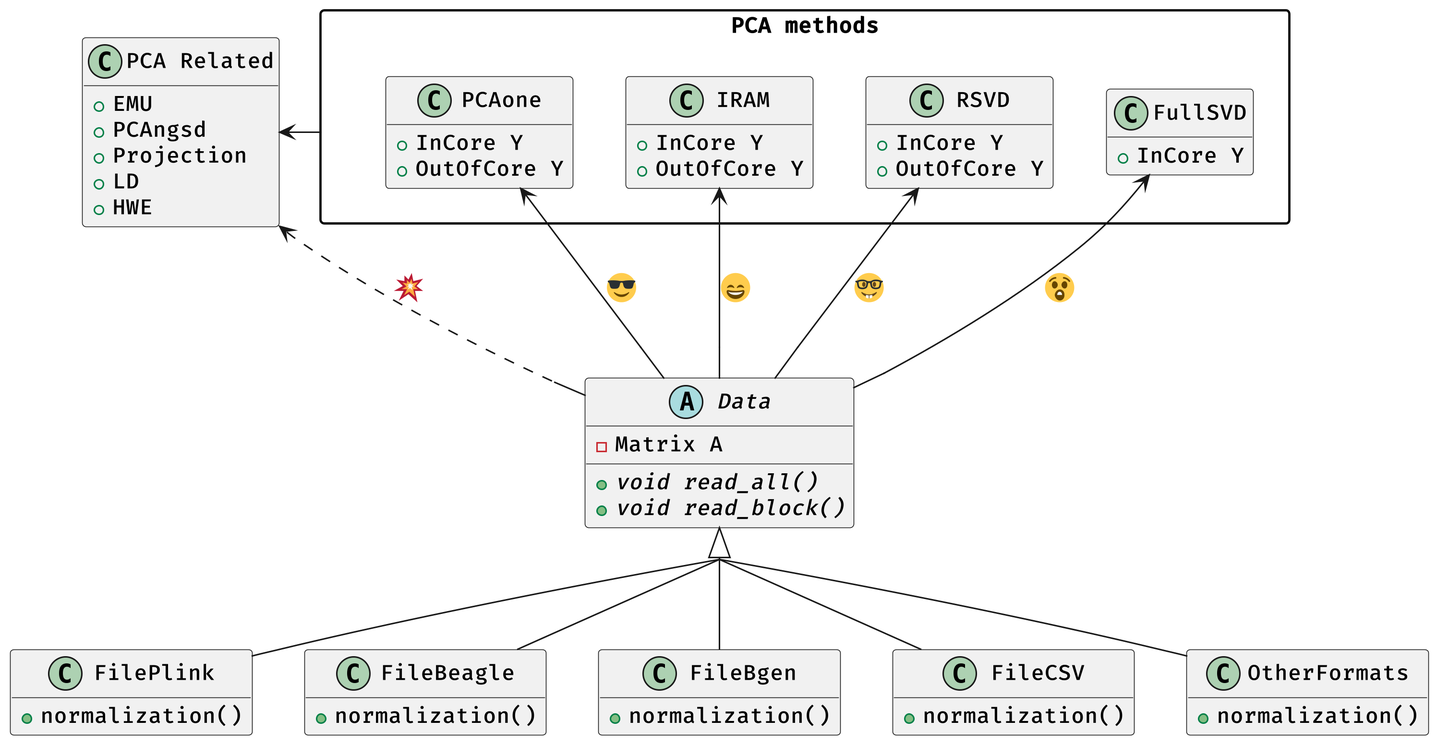
Earlier version of the PlantUML export misc/architecture.png (Zilong-Li/PCAone).
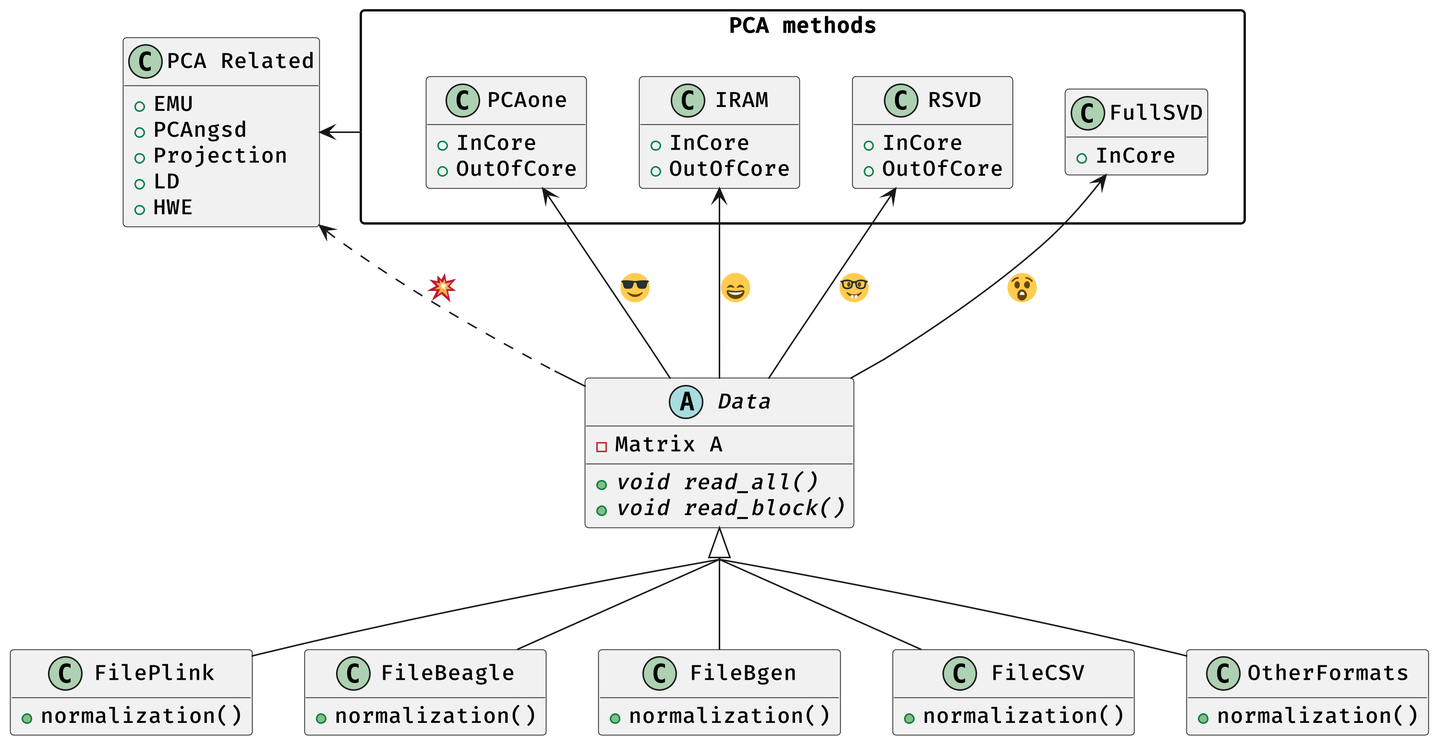
The same diagram one commit later.

What changed in the source:
```diff
@@ -32,19 +32,19 @@
 }
 package "PCA methods" as PCA {
   class PCAone {
-    +InCore Y
-    +OutOfCore Y
+    +InCore
+    +OutOfCore
   }
   class IRAM {
-    +InCore Y
-    +OutOfCore Y
+    +InCore
+    +OutOfCore
   }
   class RSVD {
-    +InCore Y
-    +OutOfCore Y
+    +InCore
+    +OutOfCore
   }
   class FullSVD {
-    +InCore Y
+    +InCore
   }
 }
 
```
